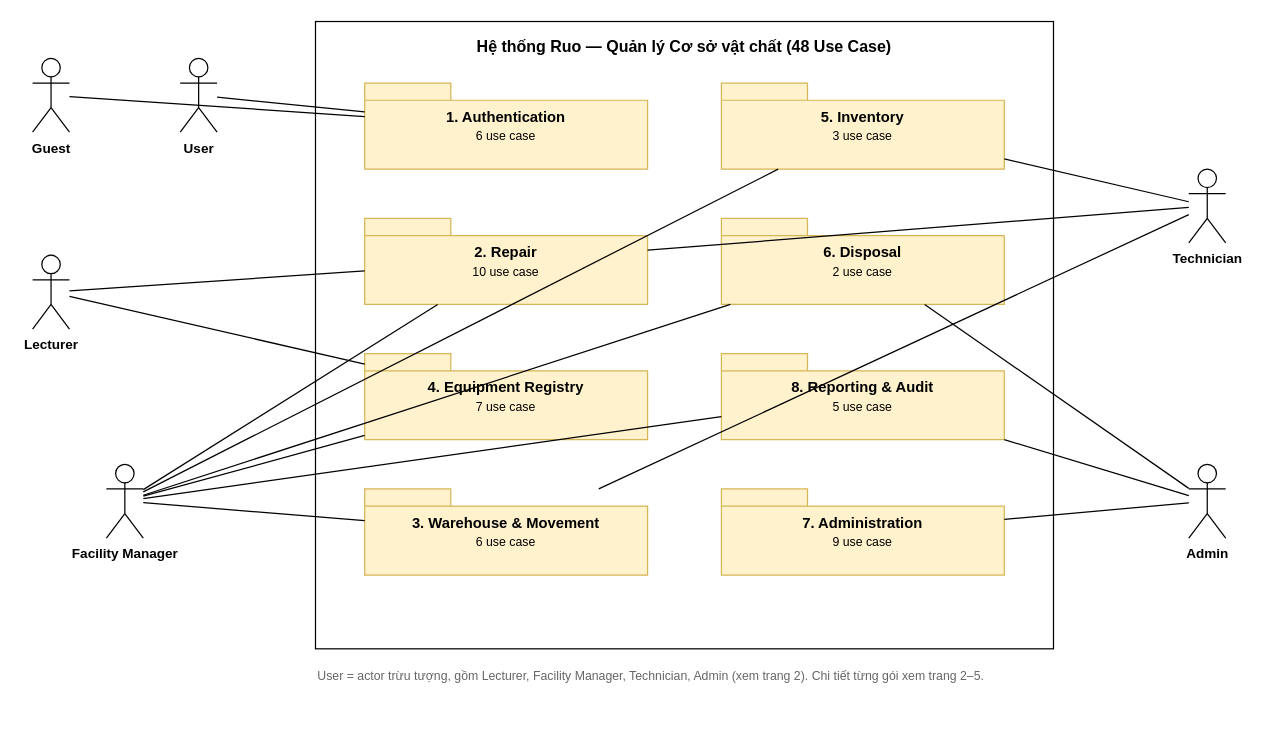
The draw.io diagram page "1. Tổng quan" (1 of 6) of Actor_UseCase.drawio in Hoang-124/Ruo, before the edit. Source tidied: cells renumbered, new cells numbered last; positions are measured from the earlier drawing's top-left corner, leaving out a move shared by most shapes. Both pictures are drawn from the tidied source at 123%, with x=0, y=0 at pixel (32, 21).
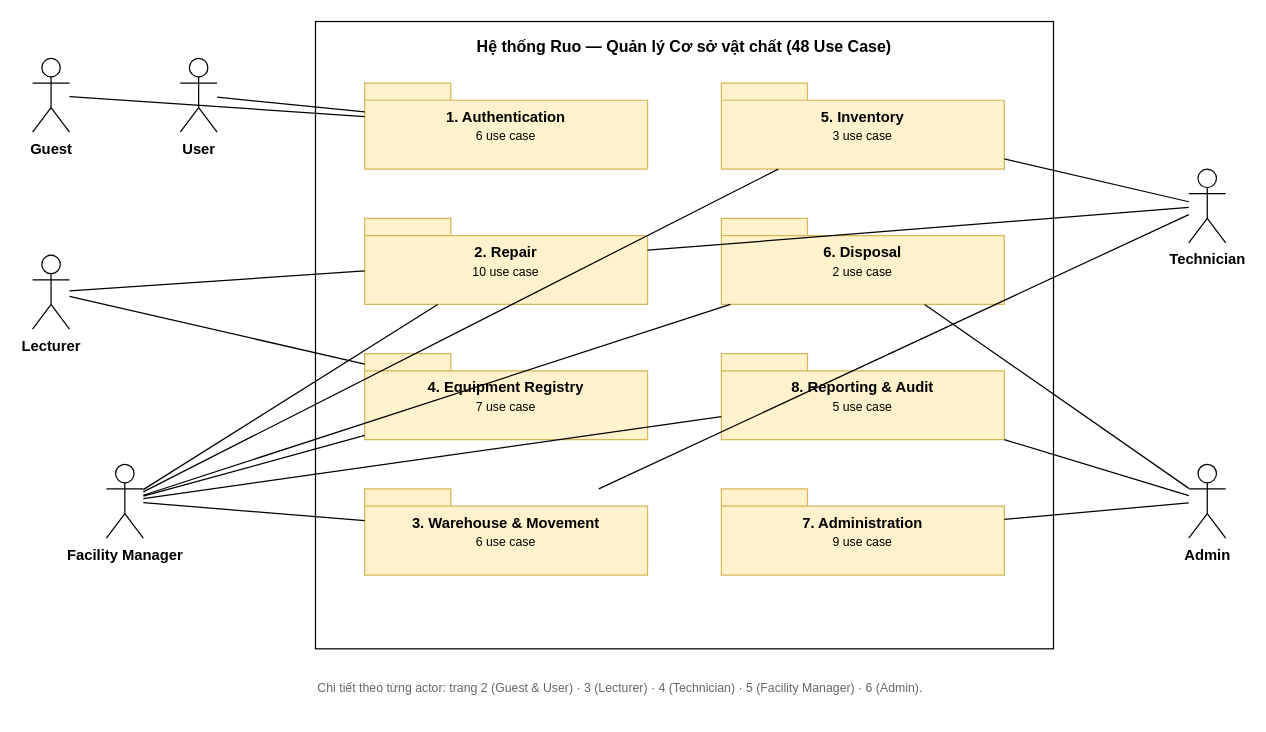
The same page after the edit.

Commit message (it also covers changes not shown here):
docs(usecase): split use case diagram into one page per actor

Diff of the diagram source:
```diff
@@
-    <mxCell id="11" value="Guest" style="shape=umlActor;verticalLabelPosition=bottom;verticalAlign=top;html=1;outlineConnect=0;fontSize=11;fontStyle=1;" parent="1" vertex="1">
+    <mxCell id="11" value="Guest" style="shape=umlActor;verticalLabelPosition=bottom;verticalAlign=top;html=1;outlineConnect=0;fontSize=12;fontStyle=1;" parent="1" vertex="1">
       <mxGeometry y="30" width="30" height="60" as="geometry" />
     </mxCell>
-    <mxCell id="12" value="User" style="shape=umlActor;verticalLabelPosition=bottom;verticalAlign=top;html=1;outlineConnect=0;fontSize=11;fontStyle=1;" parent="1" vertex="1">
+    <mxCell id="12" value="User" style="shape=umlActor;verticalLabelPosition=bottom;verticalAlign=top;html=1;outlineConnect=0;fontSize=12;fontStyle=1;" parent="1" vertex="1">
       <mxGeometry x="120" y="30" width="30" height="60" as="geometry" />
     </mxCell>
-    <mxCell id="13" value="Lecturer" style="shape=umlActor;verticalLabelPosition=bottom;verticalAlign=top;html=1;outlineConnect=0;fontSize=11;fontStyle=1;" parent="1" vertex="1">
+    <mxCell id="13" value="Lecturer" style="shape=umlActor;verticalLabelPosition=bottom;verticalAlign=top;html=1;outlineConnect=0;fontSize=12;fontStyle=1;" parent="1" vertex="1">
       <mxGeometry y="190" width="30" height="60" as="geometry" />
     </mxCell>
-    <mxCell id="14" value="Facility Manager" style="shape=umlActor;verticalLabelPosition=bottom;verticalAlign=top;html=1;outlineConnect=0;fontSize=11;fontStyle=1;" parent="1" vertex="1">
+    <mxCell id="14" value="Facility Manager" style="shape=umlActor;verticalLabelPosition=bottom;verticalAlign=top;html=1;outlineConnect=0;fontSize=12;fontStyle=1;" parent="1" vertex="1">
       <mxGeometry x="60" y="360" width="30" height="60" as="geometry" />
     </mxCell>
-    <mxCell id="15" value="Technician" style="shape=umlActor;verticalLabelPosition=bottom;verticalAlign=top;html=1;outlineConnect=0;fontSize=11;fontStyle=1;" parent="1" vertex="1">
+    <mxCell id="15" value="Technician" style="shape=umlActor;verticalLabelPosition=bottom;verticalAlign=top;html=1;outlineConnect=0;fontSize=12;fontStyle=1;" parent="1" vertex="1">
       <mxGeometry x="940" y="120" width="30" height="60" as="geometry" />
     </mxCell>
-    <mxCell id="16" value="Admin" style="shape=umlActor;verticalLabelPosition=bottom;verticalAlign=top;html=1;outlineConnect=0;fontSize=11;fontStyle=1;" parent="1" vertex="1">
+    <mxCell id="16" value="Admin" style="shape=umlActor;verticalLabelPosition=bottom;verticalAlign=top;html=1;outlineConnect=0;fontSize=12;fontStyle=1;" parent="1" vertex="1">
       <mxGeometry x="940" y="360" width="30" height="60" as="geometry" />
     </mxCell>
@@
-    <mxCell id="33" value="User = actor trừu tượng, gồm Lecturer, Facility Manager, Technician, Admin (xem trang 2). Chi tiết từng gói xem trang 2–5." style="text;html=1;align=left;verticalAlign=top;fontSize=10;fontColor=#666666;whiteSpace=wrap;" parent="1" vertex="1">
-      <mxGeometry x="230" y="520" width="600" height="30" as="geometry" />
+    <mxCell id="33" value="Chi tiết theo từng actor: trang 2 (Guest &amp; User) · 3 (Lecturer) · 4 (Technician) · 5 (Facility Manager) · 6 (Admin)." style="text;html=1;align=left;verticalAlign=top;fontSize=10;fontColor=#666666;whiteSpace=wrap;" parent="1" vertex="1">
+      <mxGeometry x="230" y="530" width="600" height="30" as="geometry" />
     </mxCell>
```
